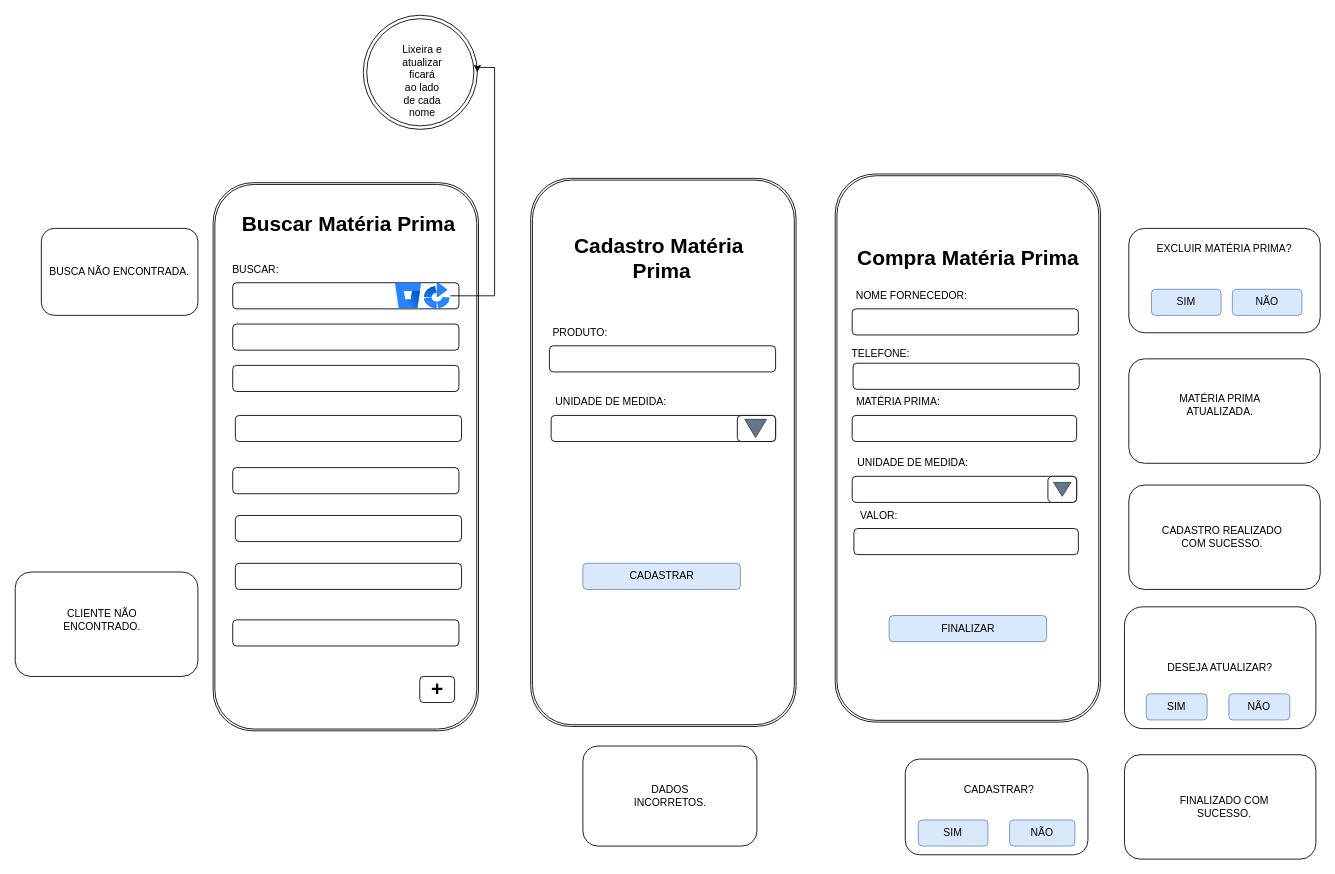
Above: page "Página-4" (5 of 14) of DOC/tela.drawio in rafaelareisilva/avatar.app (draw.io), before the change. Source tidied: cells renumbered, new cells numbered last; positions are measured from the earlier drawing's top-left corner, leaving out a move shared by most shapes. Both pictures are drawn from the tidied source at 87%, with x=0, y=0 at pixel (15, 15).
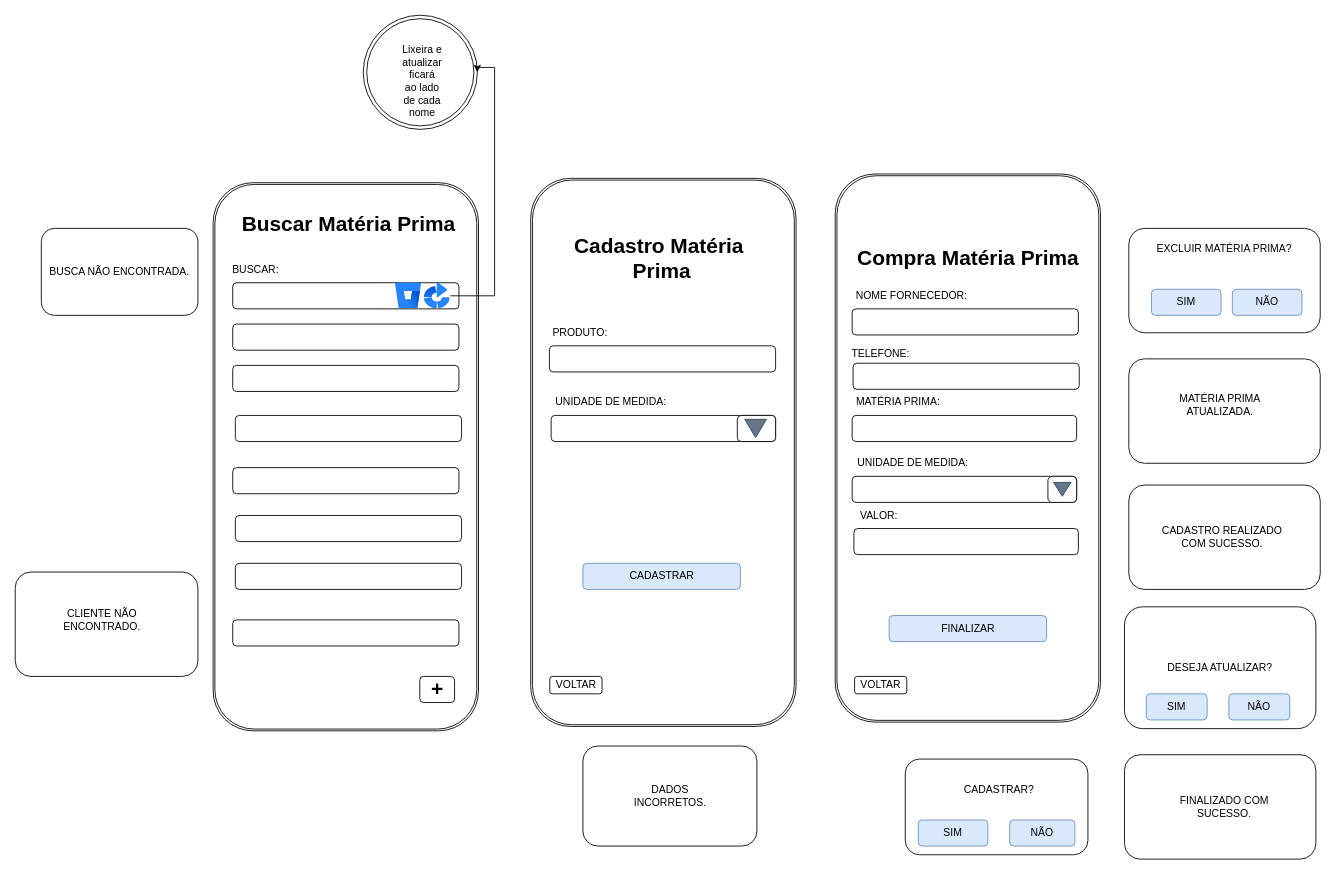
The same page after the edit.

Diff of the diagram source:
```diff
@@
+    <mxCell id="65" value="VOLTAR" style="rounded=1;whiteSpace=wrap;html=1;" parent="1" vertex="1">
+      <mxGeometry x="614.5" y="760" width="60" height="20" as="geometry" />
+    </mxCell>
+    <mxCell id="66" value="VOLTAR" style="rounded=1;whiteSpace=wrap;html=1;" parent="1" vertex="1">
+      <mxGeometry x="964.8" y="760" width="60" height="20" as="geometry" />
+    </mxCell>
```
